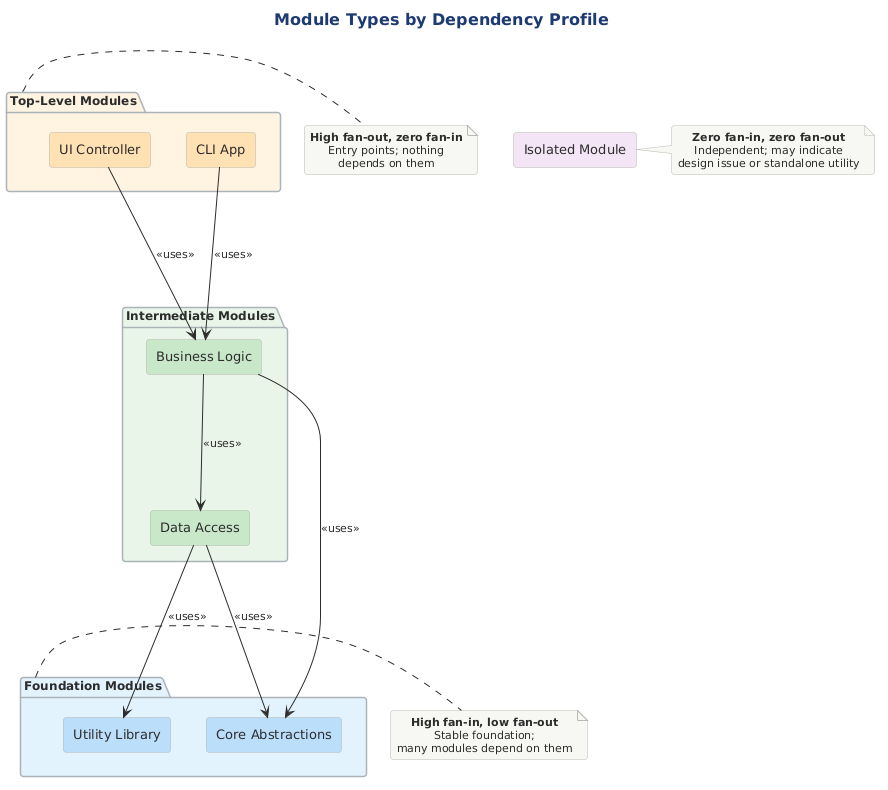
Notoriousjayy/latex-docs keeps this PlantUML diagram as src/architecture/views-and-beyond/style-catalogs/module/uses-style/png/module-types-by-dependency-profile.png. Above is the earlier version.
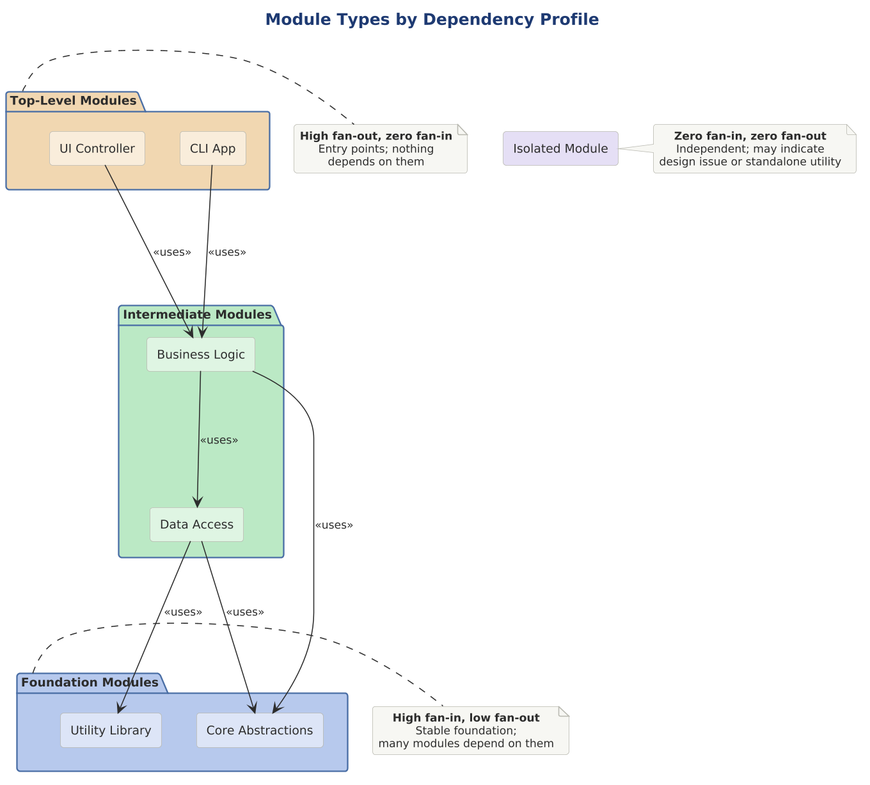
Above is the later version.

The edit, as a diff of the source:
```diff
@@ -1,31 +1,30 @@
 @startuml
 
-skinparam RectangleBorderColor #2C3E50
+skinparam dpi 150
+
+
+
+
 !include ../../../../../../tooling/styles/plantuml/structural/package-diagram-style.iuml
-
-skinparam RectangleFontSize 13
-skinparam PackageBorderColor #ABB2B9
-skinparam PackageBackgroundColor #FDFEFE
-skinparam PackageFontSize 12
 
 title Module Types by Dependency Profile
 
-package "Top-Level Modules" as TL #FFF3E0 {
-  rectangle "UI Controller" as UI #FFE0B2
-  rectangle "CLI App" as CLI #FFE0B2
+package "Top-Level Modules" as TL $deep_caution {
+  rectangle "UI Controller" as UI $fill_caution
+  rectangle "CLI App" as CLI $fill_caution
 }
 
-package "Intermediate Modules" as IM #E8F5E9 {
-  rectangle "Business Logic" as BL #C8E6C9
-  rectangle "Data Access" as DA #C8E6C9
+package "Intermediate Modules" as IM $deep_ok {
+  rectangle "Business Logic" as BL $fill_ok
+  rectangle "Data Access" as DA $fill_ok
 }
 
-package "Foundation Modules" as FM #E3F2FD {
-  rectangle "Utility Library" as UL #BBDEFB
-  rectangle "Core Abstractions" as CA #BBDEFB
+package "Foundation Modules" as FM $deep_primary {
+  rectangle "Utility Library" as UL $fill_primary
+  rectangle "Core Abstractions" as CA $fill_primary
 }
 
-rectangle "Isolated Module" as ISO #F3E5F5
+rectangle "Isolated Module" as ISO $fill_alt
 
 UI -down--> BL : <<uses>>
 CLI -down--> BL : <<uses>>
```
